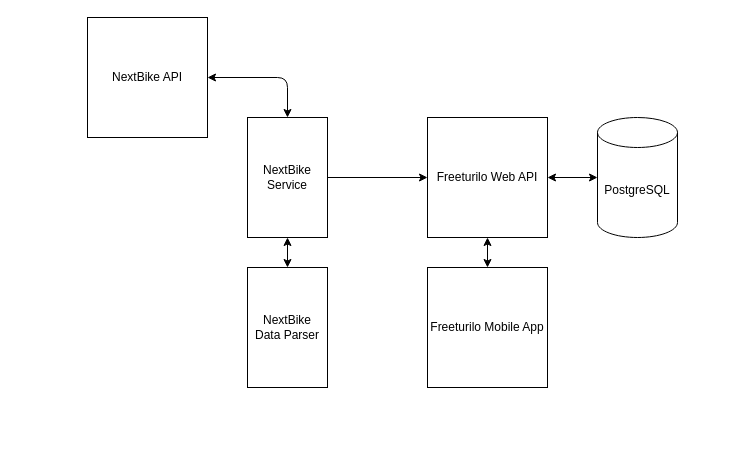
This is architektura.drawio from Freeturilo/FreeturiloDocumentation, a draw.io file, before an edit. Source tidied: cells renumbered, new cells numbered last; positions are measured from the earlier drawing's top-left corner, leaving out a move shared by most shapes. Both pictures are drawn from the tidied source at 100%, with x=0, y=0 at pixel (87, 17).
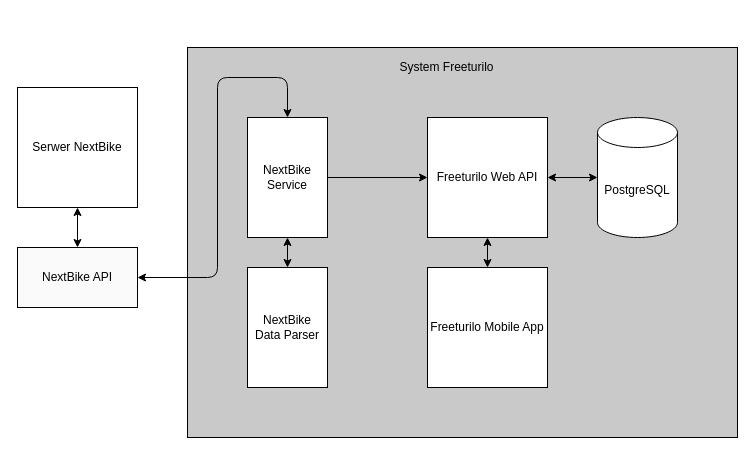
The same page after the edit.

What changed in the source:
```diff
@@
 <mxGraphModel>
   <root>
     <mxCell id="0" />
     <mxCell id="1" parent="0" />
+    <mxCell id="13" style="rounded=0;whiteSpace=wrap;html=1;fillColor=#C9C9C9;" parent="1" vertex="1">
+      <mxGeometry x="100" y="30" width="550" height="390" as="geometry" />
+    </mxCell>
-    <mxCell id="2" value="NextBike API" style="rounded=0;whiteSpace=wrap;html=1;" parent="1" vertex="1">
-      <mxGeometry width="120" height="120" as="geometry" />
+    <mxCell id="2" value="Serwer NextBike" style="rounded=0;whiteSpace=wrap;html=1;" parent="1" vertex="1">
+      <mxGeometry x="-70" y="70" width="120" height="120" as="geometry" />
     </mxCell>
     <mxCell id="3" value="NextBike Service" style="rounded=0;whiteSpace=wrap;html=1;" parent="1" vertex="1">
       <mxGeometry x="160" y="100" width="80" height="120" as="geometry" />
     </mxCell>
     <mxCell id="4" value="NextBike &lt;br&gt;Data Parser" style="rounded=0;whiteSpace=wrap;html=1;" parent="1" vertex="1">
       <mxGeometry x="160" y="250" width="80" height="120" as="geometry" />
     </mxCell>
     <mxCell id="5" value="Freeturilo Web API" style="whiteSpace=wrap;html=1;" parent="1" vertex="1">
       <mxGeometry x="340" y="100" width="120" height="120" as="geometry" />
     </mxCell>
     <mxCell id="6" value="PostgreSQL" style="shape=cylinder3;whiteSpace=wrap;html=1;boundedLbl=1;backgroundOutline=1;size=15;" parent="1" vertex="1">
       <mxGeometry x="510" y="100" width="80" height="120" as="geometry" />
     </mxCell>
     <mxCell id="7" value="Freeturilo Mobile App" style="whiteSpace=wrap;html=1;" parent="1" vertex="1">
       <mxGeometry x="340" y="250" width="120" height="120" as="geometry" />
     </mxCell>
-    <mxCell id="8" style="endArrow=classic;startArrow=classic;html=1;entryX=0.5;entryY=0;entryDx=0;entryDy=0;exitX=1;exitY=0.5;exitDx=0;exitDy=0;" parent="1" edge="1" source="2" target="3">
+    <mxCell id="8" style="endArrow=classic;startArrow=classic;html=1;entryX=0.5;entryY=0;entryDx=0;entryDy=0;exitX=1;exitY=0.5;exitDx=0;exitDy=0;" parent="1" edge="1" source="15" target="3">
       <mxGeometry relative="1" as="geometry">
         <Array as="points">
+          <mxPoint x="130" y="260" />
+          <mxPoint x="130" y="60" />
           <mxPoint x="200" y="60" />
         </Array>
       </mxGeometry>
     </mxCell>
     <mxCell id="9" style="endArrow=classic;startArrow=classic;html=1;entryX=0.5;entryY=1;entryDx=0;entryDy=0;exitX=0.5;exitY=0;exitDx=0;exitDy=0;" parent="1" edge="1" source="4" target="3">
       <mxGeometry relative="1" as="geometry" />
     </mxCell>
     <mxCell id="10" style="endArrow=classic;html=1;exitX=1;exitY=0.5;exitDx=0;exitDy=0;entryX=0;entryY=0.5;entryDx=0;entryDy=0;" parent="1" edge="1" source="3" target="5">
       <mxGeometry relative="1" as="geometry" />
     </mxCell>
     <mxCell id="11" style="endArrow=classic;startArrow=classic;html=1;entryX=0;entryY=0.5;entryDx=0;entryDy=0;entryPerimeter=0;exitX=1;exitY=0.5;exitDx=0;exitDy=0;" parent="1" edge="1" source="5" target="6">
       <mxGeometry relative="1" as="geometry" />
     </mxCell>
     <mxCell id="12" style="endArrow=classic;startArrow=classic;html=1;entryX=0.5;entryY=1;entryDx=0;entryDy=0;exitX=0.5;exitY=0;exitDx=0;exitDy=0;" parent="1" edge="1" source="7" target="5">
       <mxGeometry relative="1" as="geometry" />
     </mxCell>
+    <mxCell id="14" value="System Freeturilo" style="text;html=1;align=center;verticalAlign=middle;strokeColor=none;fillColor=none;" parent="1" vertex="1">
+      <mxGeometry x="304" y="40" width="110" height="20" as="geometry" />
+    </mxCell>
+    <mxCell id="15" value="NextBike API" style="rounded=0;whiteSpace=wrap;html=1;fillColor=#FAFAFA;" parent="1" vertex="1">
+      <mxGeometry x="-70" y="230" width="120" height="60" as="geometry" />
+    </mxCell>
+    <mxCell id="16" style="endArrow=classic;startArrow=classic;html=1;rounded=0;exitX=0.5;exitY=0;exitDx=0;exitDy=0;entryX=0.5;entryY=1;entryDx=0;entryDy=0;" parent="1" edge="1" source="15" target="2">
+      <mxGeometry relative="1" as="geometry" />
+    </mxCell>
   </root>
 </mxGraphModel>
```
